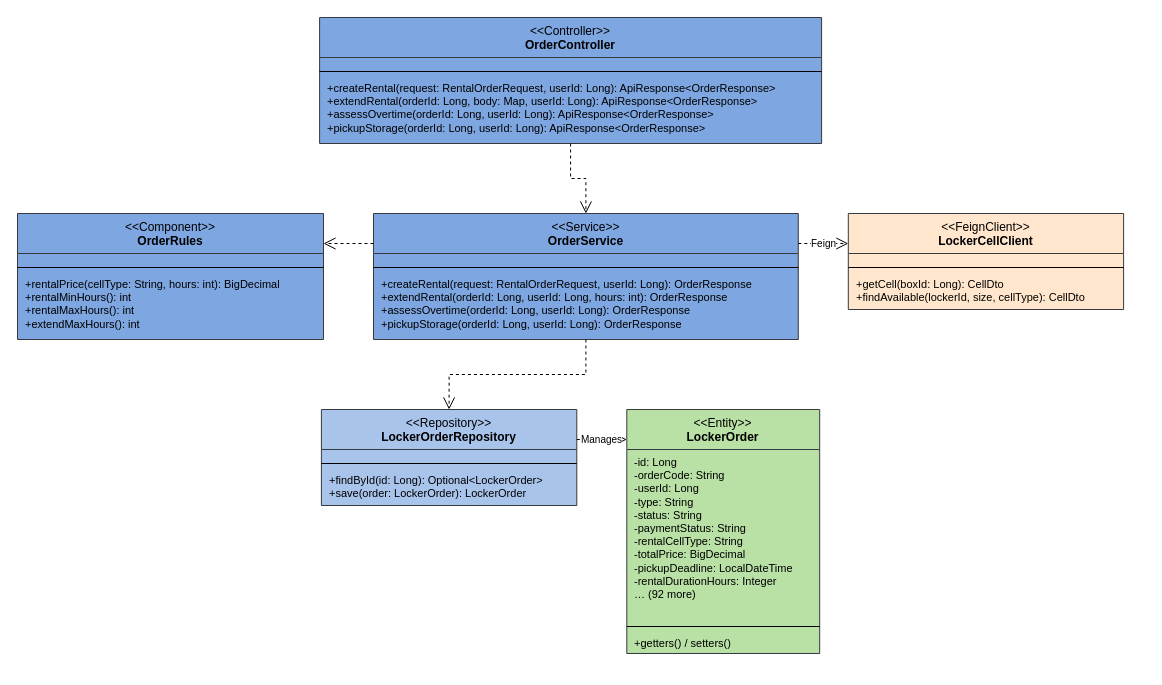
Above: rp4/sdd-assets/drawio/cls_rental.drawio in LockR-Tech/docs (draw.io), before the change. Source tidied: cells renumbered, new cells numbered last; positions are measured from the earlier drawing's top-left corner, leaving out a move shared by most shapes. Both pictures are drawn from the tidied source at 100%, with x=0, y=0 at pixel (17, 17).
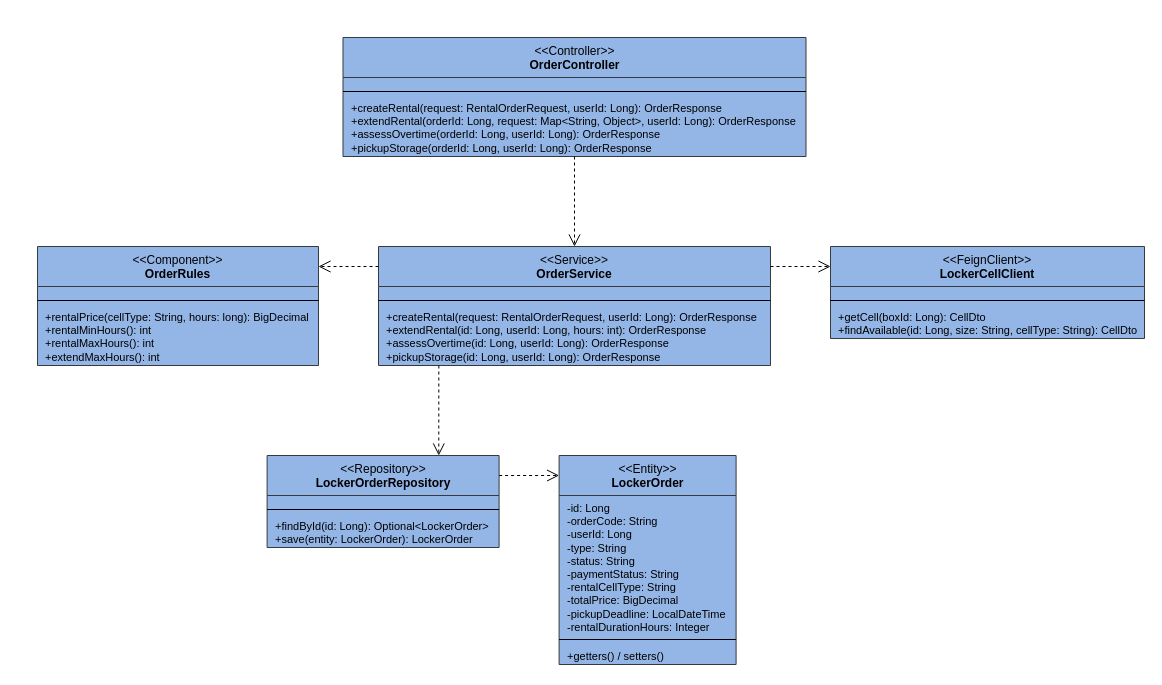
The same page after the edit.

What changed in the source:
```diff
@@
-    <mxCell id="2" value="&amp;lt;&amp;lt;Controller&amp;gt;&amp;gt;&lt;br&gt;&lt;b&gt;OrderController&lt;/b&gt;" style="swimlane;fontStyle=0;align=center;verticalAlign=top;horizontal=1;startSize=40;html=1;whiteSpace=wrap;fillColor=#7EA6E0;swimlaneFillColor=#7EA6E0;strokeColor=#36393d;fontSize=12;" parent="1" vertex="1">
-      <mxGeometry x="302.1" width="502" height="126" as="geometry" />
+    <mxCell id="2" value="&amp;lt;&amp;lt;Controller&amp;gt;&amp;gt;&lt;br&gt;&lt;b&gt;OrderController&lt;/b&gt;" style="swimlane;fontStyle=0;align=center;verticalAlign=top;horizontal=1;startSize=40;html=1;whiteSpace=wrap;fillColor=#94B6E7;swimlaneFillColor=#94B6E7;strokeColor=#36393d;fontSize=12;" parent="1" vertex="1">
+      <mxGeometry x="325.5" y="20" width="463" height="119" as="geometry" />
     </mxCell>
     <mxCell id="3" style="text;strokeColor=none;fillColor=none;align=left;verticalAlign=top;spacingLeft=6;spacingRight=4;overflow=hidden;html=1;whiteSpace=nowrap;fontSize=11;" parent="2" vertex="1">
-      <mxGeometry y="40" width="502" height="10" as="geometry" />
+      <mxGeometry y="40" width="463" height="10" as="geometry" />
     </mxCell>
     <mxCell id="4" style="line;strokeWidth=1;fillColor=none;align=left;verticalAlign=middle;spacingTop=-1;spacingLeft=3;spacingRight=3;labelPosition=right;" parent="2" vertex="1">
-      <mxGeometry y="50" width="502" height="8" as="geometry" />
+      <mxGeometry y="50" width="463" height="8" as="geometry" />
     </mxCell>
-    <mxCell id="5" value="+createRental(request: RentalOrderRequest, userId: Long): ApiResponse&amp;lt;OrderResponse&amp;gt;&lt;br&gt;+extendRental(orderId: Long, body: Map, userId: Long): ApiResponse&amp;lt;OrderResponse&amp;gt;&lt;br&gt;+assessOvertime(orderId: Long, userId: Long): ApiResponse&amp;lt;OrderResponse&amp;gt;&lt;br&gt;+pickupStorage(orderId: Long, userId: Long): ApiResponse&amp;lt;OrderResponse&amp;gt;" style="text;strokeColor=none;fillColor=none;align=left;verticalAlign=top;spacingLeft=6;spacingRight=4;overflow=hidden;html=1;whiteSpace=nowrap;fontSize=11;" parent="2" vertex="1">
-      <mxGeometry y="58" width="502" height="68" as="geometry" />
+    <mxCell id="5" value="+createRental(request: RentalOrderRequest, userId: Long): OrderResponse&lt;br&gt;+extendRental(orderId: Long, request: Map&amp;lt;String, Object&amp;gt;, userId: Long): OrderResponse&lt;br&gt;+assessOvertime(orderId: Long, userId: Long): OrderResponse&lt;br&gt;+pickupStorage(orderId: Long, userId: Long): OrderResponse" style="text;strokeColor=none;fillColor=none;align=left;verticalAlign=top;spacingLeft=6;spacingRight=4;overflow=hidden;html=1;whiteSpace=nowrap;fontSize=11;" parent="2" vertex="1">
+      <mxGeometry y="58" width="463" height="61" as="geometry" />
     </mxCell>
-    <mxCell id="6" value="&amp;lt;&amp;lt;Component&amp;gt;&amp;gt;&lt;br&gt;&lt;b&gt;OrderRules&lt;/b&gt;" style="swimlane;fontStyle=0;align=center;verticalAlign=top;horizontal=1;startSize=40;html=1;whiteSpace=wrap;fillColor=#7EA6E0;swimlaneFillColor=#7EA6E0;strokeColor=#36393d;fontSize=12;" parent="1" vertex="1">
-      <mxGeometry y="196" width="306" height="126" as="geometry" />
+    <mxCell id="6" value="&amp;lt;&amp;lt;Component&amp;gt;&amp;gt;&lt;br&gt;&lt;b&gt;OrderRules&lt;/b&gt;" style="swimlane;fontStyle=0;align=center;verticalAlign=top;horizontal=1;startSize=40;html=1;whiteSpace=wrap;fillColor=#94B6E7;swimlaneFillColor=#94B6E7;strokeColor=#36393d;fontSize=12;" parent="1" vertex="1">
+      <mxGeometry x="20" y="229" width="281" height="119" as="geometry" />
     </mxCell>
     <mxCell id="7" style="text;strokeColor=none;fillColor=none;align=left;verticalAlign=top;spacingLeft=6;spacingRight=4;overflow=hidden;html=1;whiteSpace=nowrap;fontSize=11;" parent="6" vertex="1">
-      <mxGeometry y="40" width="306" height="10" as="geometry" />
+      <mxGeometry y="40" width="281" height="10" as="geometry" />
     </mxCell>
     <mxCell id="8" style="line;strokeWidth=1;fillColor=none;align=left;verticalAlign=middle;spacingTop=-1;spacingLeft=3;spacingRight=3;labelPosition=right;" parent="6" vertex="1">
-      <mxGeometry y="50" width="306" height="8" as="geometry" />
+      <mxGeometry y="50" width="281" height="8" as="geometry" />
     </mxCell>
-    <mxCell id="9" value="+rentalPrice(cellType: String, hours: int): BigDecimal&lt;br&gt;+rentalMinHours(): int&lt;br&gt;+rentalMaxHours(): int&lt;br&gt;+extendMaxHours(): int" style="text;strokeColor=none;fillColor=none;align=left;verticalAlign=top;spacingLeft=6;spacingRight=4;overflow=hidden;html=1;whiteSpace=nowrap;fontSize=11;" parent="6" vertex="1">
-      <mxGeometry y="58" width="306" height="68" as="geometry" />
+    <mxCell id="9" value="+rentalPrice(cellType: String, hours: long): BigDecimal&lt;br&gt;+rentalMinHours(): int&lt;br&gt;+rentalMaxHours(): int&lt;br&gt;+extendMaxHours(): int" style="text;strokeColor=none;fillColor=none;align=left;verticalAlign=top;spacingLeft=6;spacingRight=4;overflow=hidden;html=1;whiteSpace=nowrap;fontSize=11;" parent="6" vertex="1">
+      <mxGeometry y="58" width="281" height="61" as="geometry" />
     </mxCell>
-    <mxCell id="10" value="&amp;lt;&amp;lt;Service&amp;gt;&amp;gt;&lt;br&gt;&lt;b&gt;OrderService&lt;/b&gt;" style="swimlane;fontStyle=0;align=center;verticalAlign=top;horizontal=1;startSize=40;html=1;whiteSpace=wrap;fillColor=#7EA6E0;swimlaneFillColor=#7EA6E0;strokeColor=#36393d;fontSize=12;" parent="1" vertex="1">
-      <mxGeometry x="356" y="196" width="424.8" height="126" as="geometry" />
+    <mxCell id="10" value="&amp;lt;&amp;lt;Service&amp;gt;&amp;gt;&lt;br&gt;&lt;b&gt;OrderService&lt;/b&gt;" style="swimlane;fontStyle=0;align=center;verticalAlign=top;horizontal=1;startSize=40;html=1;whiteSpace=wrap;fillColor=#94B6E7;swimlaneFillColor=#94B6E7;strokeColor=#36393d;fontSize=12;" parent="1" vertex="1">
+      <mxGeometry x="361" y="229" width="392" height="119" as="geometry" />
     </mxCell>
     <mxCell id="11" style="text;strokeColor=none;fillColor=none;align=left;verticalAlign=top;spacingLeft=6;spacingRight=4;overflow=hidden;html=1;whiteSpace=nowrap;fontSize=11;" parent="10" vertex="1">
-      <mxGeometry y="40" width="424.8" height="10" as="geometry" />
+      <mxGeometry y="40" width="392" height="10" as="geometry" />
     </mxCell>
     <mxCell id="12" style="line;strokeWidth=1;fillColor=none;align=left;verticalAlign=middle;spacingTop=-1;spacingLeft=3;spacingRight=3;labelPosition=right;" parent="10" vertex="1">
-      <mxGeometry y="50" width="424.8" height="8" as="geometry" />
+      <mxGeometry y="50" width="392" height="8" as="geometry" />
     </mxCell>
-    <mxCell id="13" value="+createRental(request: RentalOrderRequest, userId: Long): OrderResponse&lt;br&gt;+extendRental(orderId: Long, userId: Long, hours: int): OrderResponse&lt;br&gt;+assessOvertime(orderId: Long, userId: Long): OrderResponse&lt;br&gt;+pickupStorage(orderId: Long, userId: Long): OrderResponse" style="text;strokeColor=none;fillColor=none;align=left;verticalAlign=top;spacingLeft=6;spacingRight=4;overflow=hidden;html=1;whiteSpace=nowrap;fontSize=11;" parent="10" vertex="1">
-      <mxGeometry y="58" width="424.8" height="68" as="geometry" />
+    <mxCell id="13" value="+createRental(request: RentalOrderRequest, userId: Long): OrderResponse&lt;br&gt;+extendRental(id: Long, userId: Long, hours: int): OrderResponse&lt;br&gt;+assessOvertime(id: Long, userId: Long): OrderResponse&lt;br&gt;+pickupStorage(id: Long, userId: Long): OrderResponse" style="text;strokeColor=none;fillColor=none;align=left;verticalAlign=top;spacingLeft=6;spacingRight=4;overflow=hidden;html=1;whiteSpace=nowrap;fontSize=11;" parent="10" vertex="1">
+      <mxGeometry y="58" width="392" height="61" as="geometry" />
     </mxCell>
-    <mxCell id="14" value="&amp;lt;&amp;lt;FeignClient&amp;gt;&amp;gt;&lt;br&gt;&lt;b&gt;LockerCellClient&lt;/b&gt;" style="swimlane;fontStyle=0;align=center;verticalAlign=top;horizontal=1;startSize=40;html=1;whiteSpace=wrap;fillColor=#FFE6CC;swimlaneFillColor=#FFE6CC;strokeColor=#36393d;fontSize=12;" parent="1" vertex="1">
-      <mxGeometry x="830.8" y="196" width="275.3" height="96" as="geometry" />
+    <mxCell id="14" value="&amp;lt;&amp;lt;FeignClient&amp;gt;&amp;gt;&lt;br&gt;&lt;b&gt;LockerCellClient&lt;/b&gt;" style="swimlane;fontStyle=0;align=center;verticalAlign=top;horizontal=1;startSize=40;html=1;whiteSpace=wrap;fillColor=#94B6E7;swimlaneFillColor=#94B6E7;strokeColor=#36393d;fontSize=12;" parent="1" vertex="1">
+      <mxGeometry x="813" y="229" width="314" height="92" as="geometry" />
     </mxCell>
     <mxCell id="15" style="text;strokeColor=none;fillColor=none;align=left;verticalAlign=top;spacingLeft=6;spacingRight=4;overflow=hidden;html=1;whiteSpace=nowrap;fontSize=11;" parent="14" vertex="1">
-      <mxGeometry y="40" width="275.3" height="10" as="geometry" />
+      <mxGeometry y="40" width="314" height="10" as="geometry" />
     </mxCell>
     <mxCell id="16" style="line;strokeWidth=1;fillColor=none;align=left;verticalAlign=middle;spacingTop=-1;spacingLeft=3;spacingRight=3;labelPosition=right;" parent="14" vertex="1">
-      <mxGeometry y="50" width="275.3" height="8" as="geometry" />
+      <mxGeometry y="50" width="314" height="8" as="geometry" />
     </mxCell>
-    <mxCell id="17" value="+getCell(boxId: Long): CellDto&lt;br&gt;+findAvailable(lockerId, size, cellType): CellDto" style="text;strokeColor=none;fillColor=none;align=left;verticalAlign=top;spacingLeft=6;spacingRight=4;overflow=hidden;html=1;whiteSpace=nowrap;fontSize=11;" parent="14" vertex="1">
-      <mxGeometry y="58" width="275.3" height="38" as="geometry" />
+    <mxCell id="17" value="+getCell(boxId: Long): CellDto&lt;br&gt;+findAvailable(id: Long, size: String, cellType: String): CellDto" style="text;strokeColor=none;fillColor=none;align=left;verticalAlign=top;spacingLeft=6;spacingRight=4;overflow=hidden;html=1;whiteSpace=nowrap;fontSize=11;" parent="14" vertex="1">
+      <mxGeometry y="58" width="314" height="34" as="geometry" />
     </mxCell>
-    <mxCell id="18" value="&amp;lt;&amp;lt;Repository&amp;gt;&amp;gt;&lt;br&gt;&lt;b&gt;LockerOrderRepository&lt;/b&gt;" style="swimlane;fontStyle=0;align=center;verticalAlign=top;horizontal=1;startSize=40;html=1;whiteSpace=wrap;fillColor=#A9C4EB;swimlaneFillColor=#A9C4EB;strokeColor=#36393d;fontSize=12;" parent="1" vertex="1">
-      <mxGeometry x="303.9" y="392" width="255.4" height="96" as="geometry" />
+    <mxCell id="18" value="&amp;lt;&amp;lt;Repository&amp;gt;&amp;gt;&lt;br&gt;&lt;b&gt;LockerOrderRepository&lt;/b&gt;" style="swimlane;fontStyle=0;align=center;verticalAlign=top;horizontal=1;startSize=40;html=1;whiteSpace=wrap;fillColor=#94B6E7;swimlaneFillColor=#94B6E7;strokeColor=#36393d;fontSize=12;" parent="1" vertex="1">
+      <mxGeometry x="249.6" y="438" width="232" height="92" as="geometry" />
     </mxCell>
     <mxCell id="19" style="text;strokeColor=none;fillColor=none;align=left;verticalAlign=top;spacingLeft=6;spacingRight=4;overflow=hidden;html=1;whiteSpace=nowrap;fontSize=11;" parent="18" vertex="1">
-      <mxGeometry y="40" width="255.4" height="10" as="geometry" />
+      <mxGeometry y="40" width="232" height="10" as="geometry" />
     </mxCell>
     <mxCell id="20" style="line;strokeWidth=1;fillColor=none;align=left;verticalAlign=middle;spacingTop=-1;spacingLeft=3;spacingRight=3;labelPosition=right;" parent="18" vertex="1">
-      <mxGeometry y="50" width="255.4" height="8" as="geometry" />
+      <mxGeometry y="50" width="232" height="8" as="geometry" />
     </mxCell>
-    <mxCell id="21" value="+findById(id: Long): Optional&amp;lt;LockerOrder&amp;gt;&lt;br&gt;+save(order: LockerOrder): LockerOrder" style="text;strokeColor=none;fillColor=none;align=left;verticalAlign=top;spacingLeft=6;spacingRight=4;overflow=hidden;html=1;whiteSpace=nowrap;fontSize=11;" parent="18" vertex="1">
-      <mxGeometry y="58" width="255.4" height="38" as="geometry" />
+    <mxCell id="21" value="+findById(id: Long): Optional&amp;lt;LockerOrder&amp;gt;&lt;br&gt;+save(entity: LockerOrder): LockerOrder" style="text;strokeColor=none;fillColor=none;align=left;verticalAlign=top;spacingLeft=6;spacingRight=4;overflow=hidden;html=1;whiteSpace=nowrap;fontSize=11;" parent="18" vertex="1">
+      <mxGeometry y="58" width="232" height="34" as="geometry" />
     </mxCell>
-    <mxCell id="22" value="&amp;lt;&amp;lt;Entity&amp;gt;&amp;gt;&lt;br&gt;&lt;b&gt;LockerOrder&lt;/b&gt;" style="swimlane;fontStyle=0;align=center;verticalAlign=top;horizontal=1;startSize=40;html=1;whiteSpace=wrap;fillColor=#B9E0A5;swimlaneFillColor=#B9E0A5;strokeColor=#36393d;fontSize=12;" parent="1" vertex="1">
-      <mxGeometry x="609.3" y="392" width="192.9" height="244" as="geometry" />
+    <mxCell id="22" value="&amp;lt;&amp;lt;Entity&amp;gt;&amp;gt;&lt;br&gt;&lt;b&gt;LockerOrder&lt;/b&gt;" style="swimlane;fontStyle=0;align=center;verticalAlign=top;horizontal=1;startSize=40;html=1;whiteSpace=wrap;fillColor=#94B6E7;swimlaneFillColor=#94B6E7;strokeColor=#36393d;fontSize=12;" parent="1" vertex="1">
+      <mxGeometry x="541.6" y="438" width="177" height="209" as="geometry" />
     </mxCell>
-    <mxCell id="23" value="-id: Long&lt;br&gt;-orderCode: String&lt;br&gt;-userId: Long&lt;br&gt;-type: String&lt;br&gt;-status: String&lt;br&gt;-paymentStatus: String&lt;br&gt;-rentalCellType: String&lt;br&gt;-totalPrice: BigDecimal&lt;br&gt;-pickupDeadline: LocalDateTime&lt;br&gt;-rentalDurationHours: Integer&lt;br&gt;… (92 more)" style="text;strokeColor=none;fillColor=none;align=left;verticalAlign=top;spacingLeft=6;spacingRight=4;overflow=hidden;html=1;whiteSpace=nowrap;fontSize=11;" parent="22" vertex="1">
-      <mxGeometry y="40" width="192.9" height="173" as="geometry" />
+    <mxCell id="23" value="-id: Long&lt;br&gt;-orderCode: String&lt;br&gt;-userId: Long&lt;br&gt;-type: String&lt;br&gt;-status: String&lt;br&gt;-paymentStatus: String&lt;br&gt;-rentalCellType: String&lt;br&gt;-totalPrice: BigDecimal&lt;br&gt;-pickupDeadline: LocalDateTime&lt;br&gt;-rentalDurationHours: Integer" style="text;strokeColor=none;fillColor=none;align=left;verticalAlign=top;spacingLeft=6;spacingRight=4;overflow=hidden;html=1;whiteSpace=nowrap;fontSize=11;" parent="22" vertex="1">
+      <mxGeometry y="40" width="177" height="140" as="geometry" />
     </mxCell>
     <mxCell id="24" style="line;strokeWidth=1;fillColor=none;align=left;verticalAlign=middle;spacingTop=-1;spacingLeft=3;spacingRight=3;labelPosition=right;" parent="22" vertex="1">
-      <mxGeometry y="213" width="192.9" height="8" as="geometry" />
+      <mxGeometry y="180" width="177" height="8" as="geometry" />
     </mxCell>
     <mxCell id="25" value="+getters() / setters()" style="text;strokeColor=none;fillColor=none;align=left;verticalAlign=top;spacingLeft=6;spacingRight=4;overflow=hidden;html=1;whiteSpace=nowrap;fontSize=11;" parent="22" vertex="1">
-      <mxGeometry y="221" width="192.9" height="23" as="geometry" />
+      <mxGeometry y="188" width="177" height="21" as="geometry" />
     </mxCell>
-    <mxCell id="26" style="edgeStyle=orthogonalEdgeStyle;rounded=0;html=1;dashed=1;endArrow=open;endSize=10;fontSize=10;labelBackgroundColor=#ffffff;exitX=0.500;exitY=1;exitDx=0;exitDy=0;entryX=0.500;entryY=0;entryDx=0;entryDy=0;" parent="1" edge="1" source="2" target="10">
-      <mxGeometry relative="1" as="geometry">
-        <Array as="points">
-          <mxPoint x="553" y="161" />
-          <mxPoint x="568.4" y="161" />
-        </Array>
-      </mxGeometry>
+    <mxCell id="26" style="edgeStyle=none;rounded=0;html=1;fontSize=10;labelBackgroundColor=#ffffff;strokeColor=#000000;dashed=1;endArrow=open;endSize=10;exitX=1.0000;exitY=0.2174;exitDx=0;exitDy=0;exitPerimeter=0;entryX=0.0000;entryY=0.0957;entryDx=0;entryDy=0;entryPerimeter=0;" parent="1" edge="1" source="18" target="22">
+      <mxGeometry relative="1" as="geometry" />
     </mxCell>
-    <mxCell id="27" style="edgeStyle=orthogonalEdgeStyle;rounded=0;html=1;dashed=1;endArrow=open;endSize=10;fontSize=10;labelBackgroundColor=#ffffff;exitX=0;exitY=0.2381;exitDx=0;exitDy=0;entryX=1;entryY=0.2381;entryDx=0;entryDy=0;" parent="1" edge="1" source="10" target="6">
+    <mxCell id="27" style="edgeStyle=none;rounded=0;html=1;fontSize=10;labelBackgroundColor=#ffffff;strokeColor=#000000;dashed=1;endArrow=open;endSize=10;exitX=0.0000;exitY=0.1681;exitDx=0;exitDy=0;exitPerimeter=0;entryX=1.0000;entryY=0.1681;entryDx=0;entryDy=0;entryPerimeter=0;" parent="1" edge="1" source="10" target="6">
       <mxGeometry relative="1" as="geometry" />
     </mxCell>
-    <mxCell id="28" value="Feign" style="edgeStyle=orthogonalEdgeStyle;rounded=0;html=1;dashed=1;endArrow=open;endSize=10;fontSize=10;labelBackgroundColor=#ffffff;exitX=1;exitY=0.2381;exitDx=0;exitDy=0;entryX=0;entryY=0.3125;entryDx=0;entryDy=0;" parent="1" edge="1" source="10" target="14">
+    <mxCell id="28" style="edgeStyle=none;rounded=0;html=1;fontSize=10;labelBackgroundColor=#ffffff;strokeColor=#000000;dashed=1;endArrow=open;endSize=10;exitX=1.0000;exitY=0.1681;exitDx=0;exitDy=0;exitPerimeter=0;entryX=0.0000;entryY=0.2174;entryDx=0;entryDy=0;entryPerimeter=0;" parent="1" edge="1" source="10" target="14">
       <mxGeometry relative="1" as="geometry" />
     </mxCell>
-    <mxCell id="29" style="edgeStyle=orthogonalEdgeStyle;rounded=0;html=1;dashed=1;endArrow=open;endSize=10;fontSize=10;labelBackgroundColor=#ffffff;exitX=0.500;exitY=1;exitDx=0;exitDy=0;entryX=0.500;entryY=0;entryDx=0;entryDy=0;" parent="1" edge="1" source="10" target="18">
-      <mxGeometry relative="1" as="geometry">
-        <Array as="points">
-          <mxPoint x="568.4" y="357" />
-          <mxPoint x="431.6" y="357" />
-        </Array>
-      </mxGeometry>
+    <mxCell id="29" style="edgeStyle=none;rounded=0;html=1;fontSize=10;labelBackgroundColor=#ffffff;strokeColor=#000000;dashed=1;endArrow=open;endSize=10;exitX=0.5000;exitY=1.0000;exitDx=0;exitDy=0;exitPerimeter=0;entryX=0.5000;entryY=0.0000;entryDx=0;entryDy=0;entryPerimeter=0;" parent="1" edge="1" source="2" target="10">
+      <mxGeometry relative="1" as="geometry" />
     </mxCell>
-    <mxCell id="30" value="Manages" style="edgeStyle=orthogonalEdgeStyle;rounded=0;html=1;dashed=1;endArrow=open;endSize=10;fontSize=10;labelBackgroundColor=#ffffff;exitX=1;exitY=0.3125;exitDx=0;exitDy=0;entryX=0;entryY=0.1230;entryDx=0;entryDy=0;" parent="1" edge="1" source="18" target="22">
+    <mxCell id="30" style="edgeStyle=none;rounded=0;html=1;fontSize=10;labelBackgroundColor=#ffffff;strokeColor=#000000;dashed=1;endArrow=open;endSize=10;exitX=0.1539;exitY=1.0000;exitDx=0;exitDy=0;exitPerimeter=0;entryX=0.7400;entryY=0.0000;entryDx=0;entryDy=0;entryPerimeter=0;" parent="1" edge="1" source="10" target="18">
       <mxGeometry relative="1" as="geometry" />
     </mxCell>
```
